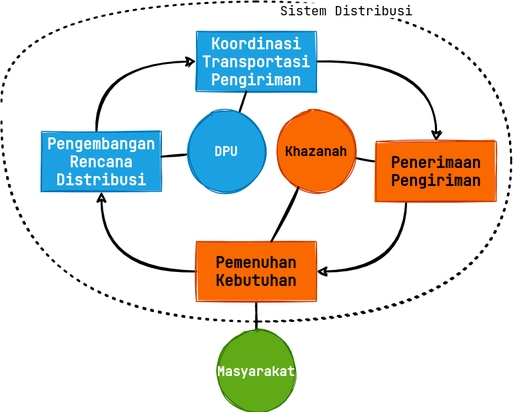
Before: Presentasi-PengedaranUang.drawio.png, a diagram exported from draw.io (kreikrei/tugas-akhir). Source tidied: cells renumbered, new cells last; positions are measured from the earlier drawing's top-left corner, leaving out a move shared by most shapes.
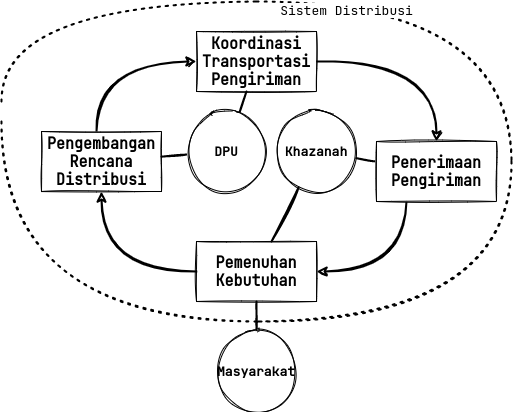
The same file after the commit.

Change to the diagram source:
```diff
@@ -9,13 +9,13 @@
         </Array>
       </mxGeometry>
     </mxCell>
-    <mxCell id="3" value="Pengembangan Rencana Distribusi" style="rounded=0;whiteSpace=wrap;html=1;sketch=1;fontSize=15;fillColor=#1ba1e2;fontColor=#ffffff;strokeColor=#006EAF;fillStyle=solid;fontFamily=JetBrains Mono;fontSource=https%3A%2F%2Ffonts.googleapis.com%2Fcss%3Ffamily%3DJetBrains%2BMono;fontStyle=1;" parent="1" vertex="1">
+    <mxCell id="3" value="Pengembangan Rencana Distribusi" style="rounded=0;whiteSpace=wrap;html=1;sketch=1;fontSize=15;fillStyle=solid;fontFamily=JetBrains Mono;fontSource=https%3A%2F%2Ffonts.googleapis.com%2Fcss%3Ffamily%3DJetBrains%2BMono;fontStyle=1;" parent="1" vertex="1">
       <mxGeometry x="40" y="130" width="120" height="60" as="geometry" />
     </mxCell>
     <mxCell id="4" style="edgeStyle=orthogonalEdgeStyle;rounded=0;sketch=1;jettySize=auto;html=1;curved=1;strokeWidth=2;fontFamily=JetBrains Mono;fontSource=https%3A%2F%2Ffonts.googleapis.com%2Fcss%3Ffamily%3DJetBrains%2BMono;fontStyle=1;" parent="1" edge="1" source="5" target="8">
       <mxGeometry relative="1" as="geometry" />
     </mxCell>
-    <mxCell id="5" value="Koordinasi Transportasi Pengiriman" style="rounded=0;whiteSpace=wrap;html=1;sketch=1;fontSize=15;fillColor=#1ba1e2;fontColor=#ffffff;strokeColor=#006EAF;fillStyle=solid;fontFamily=JetBrains Mono;fontSource=https%3A%2F%2Ffonts.googleapis.com%2Fcss%3Ffamily%3DJetBrains%2BMono;fontStyle=1;" parent="1" vertex="1">
+    <mxCell id="5" value="Koordinasi Transportasi Pengiriman" style="rounded=0;whiteSpace=wrap;html=1;sketch=1;fontSize=15;fillStyle=solid;fontFamily=JetBrains Mono;fontSource=https%3A%2F%2Ffonts.googleapis.com%2Fcss%3Ffamily%3DJetBrains%2BMono;fontStyle=1;" parent="1" vertex="1">
       <mxGeometry x="195" y="30" width="120" height="60" as="geometry" />
     </mxCell>
     <mxCell id="6" style="edgeStyle=orthogonalEdgeStyle;rounded=0;sketch=1;jettySize=auto;html=1;curved=1;strokeWidth=2;" parent="1" edge="1" source="8" target="11">
@@ -28,7 +28,7 @@
     <mxCell id="7" style="rounded=0;sketch=1;jettySize=auto;html=1;fontSize=13;strokeWidth=2;endArrow=none;endFill=0;fontFamily=JetBrains Mono;fontSource=https%3A%2F%2Ffonts.googleapis.com%2Fcss%3Ffamily%3DJetBrains%2BMono;fontStyle=1;" parent="1" edge="1" source="8" target="15">
       <mxGeometry relative="1" as="geometry" />
     </mxCell>
-    <mxCell id="8" value="Penerimaan Pengiriman" style="rounded=0;whiteSpace=wrap;html=1;sketch=1;fontSize=15;fillColor=#fa6800;fontColor=#000000;strokeColor=#C73500;fillStyle=solid;fontFamily=JetBrains Mono;fontSource=https%3A%2F%2Ffonts.googleapis.com%2Fcss%3Ffamily%3DJetBrains%2BMono;fontStyle=1;" parent="1" vertex="1">
+    <mxCell id="8" value="Penerimaan Pengiriman" style="rounded=0;whiteSpace=wrap;html=1;sketch=1;fontSize=15;fillStyle=solid;fontFamily=JetBrains Mono;fontSource=https%3A%2F%2Ffonts.googleapis.com%2Fcss%3Ffamily%3DJetBrains%2BMono;fontStyle=1;" parent="1" vertex="1">
       <mxGeometry x="375" y="140" width="120" height="60" as="geometry" />
     </mxCell>
     <mxCell id="9" style="edgeStyle=orthogonalEdgeStyle;rounded=0;sketch=1;jettySize=auto;html=1;curved=1;strokeWidth=2;" parent="1" edge="1" source="11" target="3">
@@ -37,7 +37,7 @@
     <mxCell id="10" style="edgeStyle=none;rounded=0;sketch=1;jettySize=auto;html=1;fontSize=13;endArrow=none;endFill=0;strokeWidth=2;" parent="1" edge="1" source="11" target="16">
       <mxGeometry relative="1" as="geometry" />
     </mxCell>
-    <mxCell id="11" value="Pemenuhan Kebutuhan" style="rounded=0;whiteSpace=wrap;html=1;sketch=1;fontSize=15;fillColor=#fa6800;fontColor=#000000;strokeColor=#C73500;fillStyle=solid;fontStyle=1;fontFamily=JetBrains Mono;fontSource=https%3A%2F%2Ffonts.googleapis.com%2Fcss%3Ffamily%3DJetBrains%2BMono;" parent="1" vertex="1">
+    <mxCell id="11" value="Pemenuhan Kebutuhan" style="rounded=0;whiteSpace=wrap;html=1;sketch=1;fontSize=15;fillStyle=solid;fontStyle=1;fontFamily=JetBrains Mono;fontSource=https%3A%2F%2Ffonts.googleapis.com%2Fcss%3Ffamily%3DJetBrains%2BMono;" parent="1" vertex="1">
       <mxGeometry x="195" y="240" width="120" height="60" as="geometry" />
     </mxCell>
     <mxCell id="12" style="edgeStyle=none;rounded=0;sketch=1;jettySize=auto;html=1;fontSize=13;endArrow=none;endFill=0;strokeWidth=2;fontFamily=JetBrains Mono;fontSource=https%3A%2F%2Ffonts.googleapis.com%2Fcss%3Ffamily%3DJetBrains%2BMono;fontStyle=1;" parent="1" edge="1" source="14" target="3">
@@ -46,13 +46,13 @@
     <mxCell id="13" style="edgeStyle=none;rounded=0;sketch=1;jettySize=auto;html=1;fontSize=13;endArrow=none;endFill=0;strokeWidth=2;fontFamily=JetBrains Mono;fontSource=https%3A%2F%2Ffonts.googleapis.com%2Fcss%3Ffamily%3DJetBrains%2BMono;fontStyle=1;" parent="1" edge="1" source="14" target="5">
       <mxGeometry relative="1" as="geometry" />
     </mxCell>
-    <mxCell id="14" value="DPU" style="ellipse;whiteSpace=wrap;html=1;sketch=1;fontSize=13;fillColor=#1ba1e2;fontColor=#ffffff;strokeColor=#006EAF;fillStyle=solid;fontFamily=JetBrains Mono;fontSource=https%3A%2F%2Ffonts.googleapis.com%2Fcss%3Ffamily%3DJetBrains%2BMono;fontStyle=1;" parent="1" vertex="1">
+    <mxCell id="14" value="DPU" style="ellipse;whiteSpace=wrap;html=1;sketch=1;fontSize=13;fillStyle=solid;fontFamily=JetBrains Mono;fontSource=https%3A%2F%2Ffonts.googleapis.com%2Fcss%3Ffamily%3DJetBrains%2BMono;fontStyle=1;" parent="1" vertex="1">
       <mxGeometry x="185" y="110" width="80" height="80" as="geometry" />
     </mxCell>
-    <mxCell id="15" value="Khazanah" style="ellipse;whiteSpace=wrap;html=1;sketch=1;fontSize=13;fillColor=#fa6800;fontColor=#000000;strokeColor=#C73500;fillStyle=solid;fontFamily=JetBrains Mono;fontSource=https%3A%2F%2Ffonts.googleapis.com%2Fcss%3Ffamily%3DJetBrains%2BMono;fontStyle=1;" parent="1" vertex="1">
+    <mxCell id="15" value="Khazanah" style="ellipse;whiteSpace=wrap;html=1;sketch=1;fontSize=13;fillStyle=solid;fontFamily=JetBrains Mono;fontSource=https%3A%2F%2Ffonts.googleapis.com%2Fcss%3Ffamily%3DJetBrains%2BMono;fontStyle=1;" parent="1" vertex="1">
       <mxGeometry x="275" y="110" width="80" height="80" as="geometry" />
     </mxCell>
-    <mxCell id="16" value="Masyarakat" style="ellipse;whiteSpace=wrap;html=1;sketch=1;fontSize=13;fillColor=#60a917;fontColor=#ffffff;strokeColor=#2D7600;fillStyle=solid;fontFamily=JetBrains Mono;fontSource=https%3A%2F%2Ffonts.googleapis.com%2Fcss%3Ffamily%3DJetBrains%2BMono;fontStyle=1;" parent="1" vertex="1">
+    <mxCell id="16" value="Masyarakat" style="ellipse;whiteSpace=wrap;html=1;sketch=1;fontSize=13;fillStyle=solid;fontFamily=JetBrains Mono;fontSource=https%3A%2F%2Ffonts.googleapis.com%2Fcss%3Ffamily%3DJetBrains%2BMono;fontStyle=1;" parent="1" vertex="1">
       <mxGeometry x="215" y="330" width="80" height="80" as="geometry" />
     </mxCell>
     <mxCell id="17" style="endArrow=none;dashed=1;html=1;dashPattern=1 3;strokeWidth=2;rounded=0;sketch=1;fontFamily=JetBrains Mono;fontSource=https%3A%2F%2Ffonts.googleapis.com%2Fcss%3Ffamily%3DJetBrains%2BMono;fontSize=13;edgeStyle=orthogonalEdgeStyle;curved=1;" parent="1" edge="1">
```
